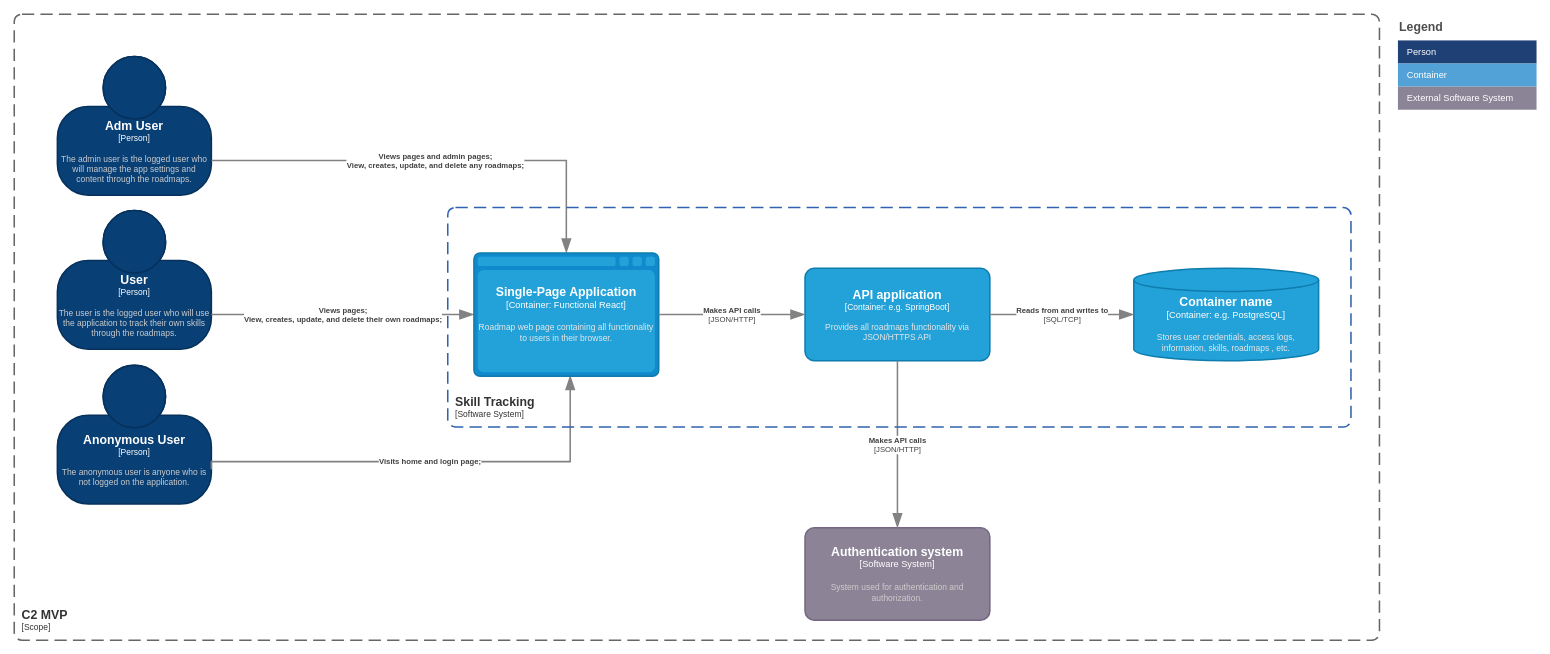
Earlier version of the draw.io diagram page "C2 model (MVP)" (2 of 4) of doc/non_functional/diagram/c4model.drawio (Malaguth/skill-tracking). Source tidied: cells renumbered, new cells numbered last; positions are measured from the earlier drawing's top-left corner, leaving out a move shared by most shapes. Both pictures are drawn from the tidied source at 77%, with x=0, y=0 at pixel (14, 14).
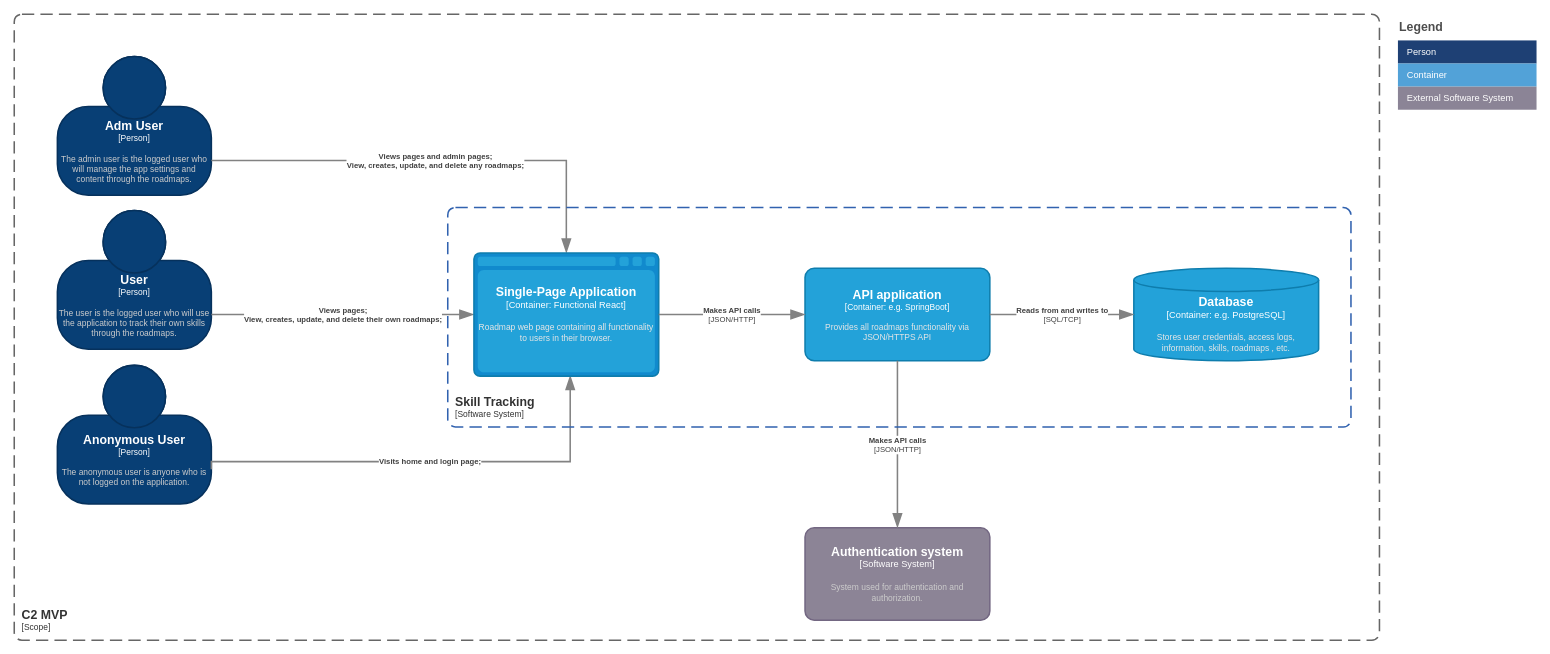
Above is the later version.

Commit message (it also covers changes not shown here):
docs: fix C2 database name

The edit, as a diff of the source:
```diff
@@
-    <object id="15" label="&lt;font style=&quot;font-size: 16px&quot;&gt;&lt;b&gt;%c4Type%&lt;/b&gt;&lt;/font&gt;&lt;div&gt;[%c4Container%:&amp;nbsp;%c4Technology%]&lt;/div&gt;&lt;br&gt;&lt;div&gt;&lt;font style=&quot;font-size: 11px&quot;&gt;&lt;font color=&quot;#E6E6E6&quot;&gt;%c4Description%&lt;/font&gt;&lt;/div&gt;" c4Container="Container" c4Description="Stores user credentials, access logs, information, skills, roadmaps , etc." c4Technology="e.g. PostgreSQL" c4Type="Container name" placeholders="1">
+    <object id="15" label="&lt;font style=&quot;font-size: 16px&quot;&gt;&lt;b&gt;%c4Type%&lt;/b&gt;&lt;/font&gt;&lt;div&gt;[%c4Container%:&amp;nbsp;%c4Technology%]&lt;/div&gt;&lt;br&gt;&lt;div&gt;&lt;font style=&quot;font-size: 11px&quot;&gt;&lt;font color=&quot;#E6E6E6&quot;&gt;%c4Description%&lt;/font&gt;&lt;/div&gt;" c4Container="Container" c4Description="Stores user credentials, access logs, information, skills, roadmaps , etc." c4Technology="e.g. PostgreSQL" c4Type="Database" placeholders="1">
       <mxCell style="shape=cylinder3;size=15;whiteSpace=wrap;html=1;boundedLbl=1;rounded=0;labelBackgroundColor=none;fillColor=#23A2D9;fontSize=12;fontColor=#ffffff;align=center;strokeColor=#0E7DAD;points=[[0.5,0,0],[1,0.25,0],[1,0.5,0],[1,0.75,0],[0.5,1,0],[0,0.75,0],[0,0.5,0],[0,0.25,0]];strokeWidth=2;" parent="1" vertex="1">
         <mxGeometry x="1454" y="330" width="240" height="120" as="geometry" />
       </mxCell>
     </object>
```
